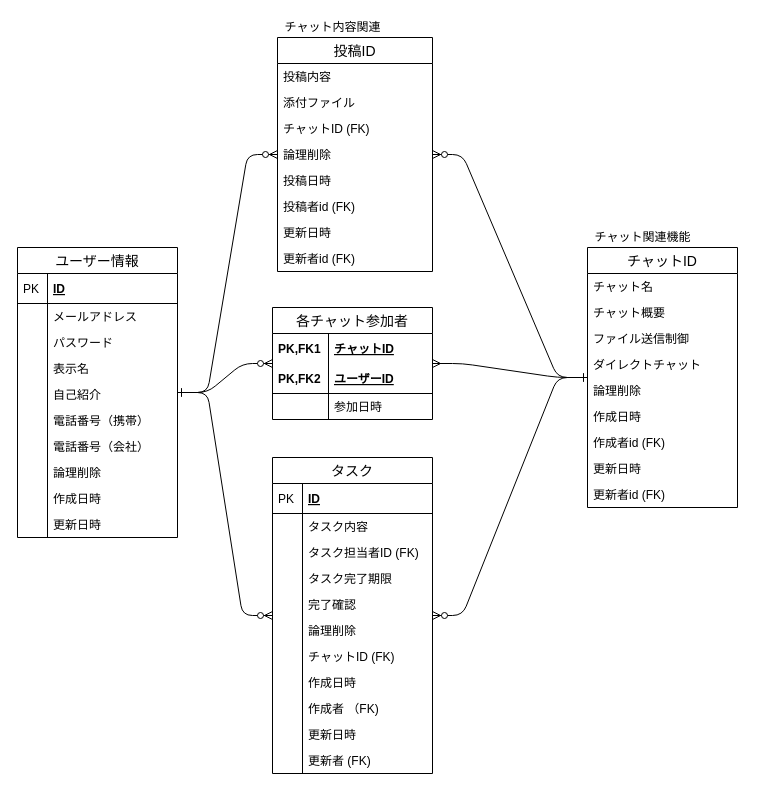
Odachannnn/quelcode-db keeps this draw.io diagram as db/db-challenge1/chatWork.dio. Above is the earlier version. Source tidied: cells renumbered, new cells numbered last; positions are measured from the earlier drawing's top-left corner, leaving out a move shared by most shapes. Both pictures are drawn from the tidied source at 100%, with x=0, y=0 at pixel (17, 17).
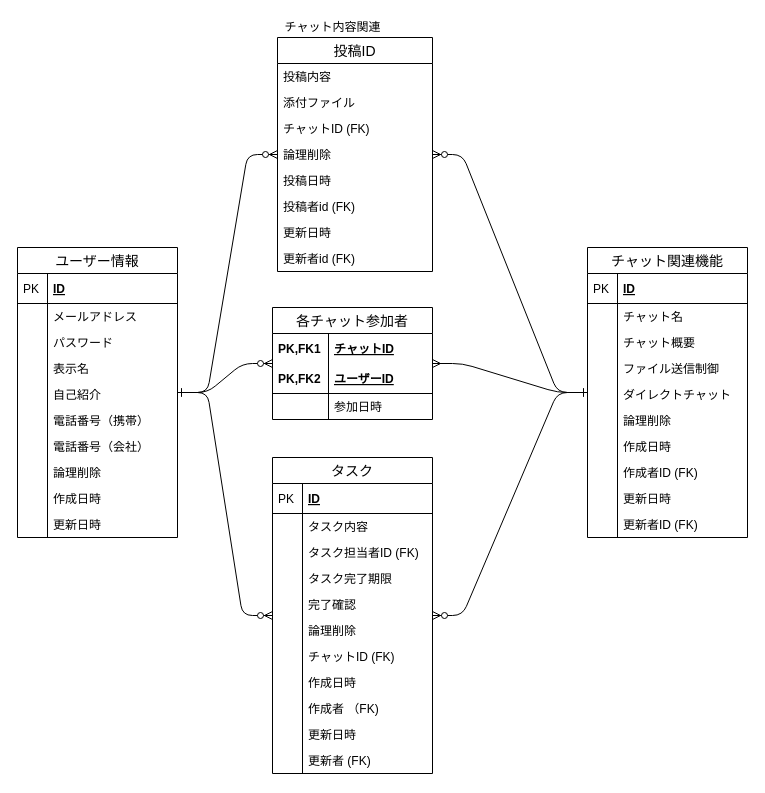
Above is the later version.

Commit message:
update チャット関連機能のテーブルの図式を修正

The change refers to these unchanged cells:
```xml
<mxCell id="9" value="投稿ID" style="swimlane;fontStyle=0;horizontal=1;startSize=26;align=center;fontSize=14;" parent="1" vertex="1">
  <mxGeometry x="260" y="20" width="155" height="234" as="geometry" />
</mxCell>
<mxCell id="29" value="各チャット参加者" style="swimlane;fontStyle=0;horizontal=1;startSize=26;align=center;fontSize=14;" parent="1" vertex="1">
  <mxGeometry x="255" y="290" width="160" height="112" as="geometry" />
</mxCell>
<mxCell id="36" value="タスク" style="swimlane;fontStyle=0;horizontal=1;startSize=26;align=center;fontSize=14;" parent="1" vertex="1">
  <mxGeometry x="255" y="440" width="160" height="316" as="geometry" />
</mxCell>
```

The edit, as a diff of the source:
```diff
@@
-    <mxCell id="2" value="チャット関連機能" style="text;html=1;align=center;verticalAlign=middle;points=[];fillColor=none;strokeColor=none;rounded=0;" parent="1" vertex="1">
-      <mxGeometry x="570" y="210" width="110" height="20" as="geometry" />
-    </mxCell>
@@
-    <mxCell id="5" style="edgeStyle=entityRelationEdgeStyle;fontSize=12;html=1;endArrow=ERone;startArrow=ERmany;endFill=0;startFill=0;" parent="1" edge="1" source="29" target="18">
+    <mxCell id="5" style="edgeStyle=entityRelationEdgeStyle;fontSize=12;html=1;endArrow=ERone;startArrow=ERmany;endFill=0;startFill=0;" parent="1" edge="1" source="29" target="2">
       <mxGeometry relative="1" as="geometry" />
     </mxCell>
-    <mxCell id="6" style="edgeStyle=entityRelationEdgeStyle;fontSize=12;html=1;endArrow=ERone;startArrow=ERzeroToMany;endFill=0;startFill=1;" parent="1" edge="1" source="36" target="18">
+    <mxCell id="6" style="edgeStyle=entityRelationEdgeStyle;fontSize=12;html=1;endArrow=ERone;startArrow=ERzeroToMany;endFill=0;startFill=1;" parent="1" edge="1" source="36" target="2">
       <mxGeometry relative="1" as="geometry" />
     </mxCell>
@@
-    <mxCell id="18" value="チャットID" style="swimlane;fontStyle=0;horizontal=1;startSize=26;align=center;fontSize=14;" parent="1" vertex="1">
-      <mxGeometry x="570" y="230" width="150" height="260" as="geometry" />
-    </mxCell>
-    <mxCell id="19" value="チャット名" style="text;strokeColor=none;fillColor=none;spacingLeft=4;spacingRight=4;overflow=hidden;fontSize=12;" parent="18" vertex="1">
-      <mxGeometry y="26" width="150" height="26" as="geometry" />
-    </mxCell>
-    <mxCell id="20" value="チャット概要" style="text;strokeColor=none;fillColor=none;spacingLeft=4;spacingRight=4;overflow=hidden;fontSize=12;" parent="18" vertex="1">
-      <mxGeometry y="52" width="150" height="26" as="geometry" />
-    </mxCell>
-    <mxCell id="21" value="ファイル送信制御" style="text;strokeColor=none;fillColor=none;spacingLeft=4;spacingRight=4;overflow=hidden;fontSize=12;" parent="18" vertex="1">
-      <mxGeometry y="78" width="150" height="26" as="geometry" />
-    </mxCell>
-    <mxCell id="22" value="ダイレクトチャット" style="text;strokeColor=none;fillColor=none;spacingLeft=4;spacingRight=4;overflow=hidden;fontSize=12;" parent="18" vertex="1">
-      <mxGeometry y="104" width="150" height="26" as="geometry" />
-    </mxCell>
-    <mxCell id="23" value="論理削除" style="text;strokeColor=none;fillColor=none;spacingLeft=4;spacingRight=4;overflow=hidden;fontSize=12;" parent="18" vertex="1">
-      <mxGeometry y="130" width="150" height="26" as="geometry" />
-    </mxCell>
-    <mxCell id="24" value="作成日時" style="text;strokeColor=none;fillColor=none;spacingLeft=4;spacingRight=4;overflow=hidden;fontSize=12;" parent="18" vertex="1">
-      <mxGeometry y="156" width="150" height="26" as="geometry" />
-    </mxCell>
-    <mxCell id="25" value="作成者id (FK)" style="text;strokeColor=none;fillColor=none;spacingLeft=4;spacingRight=4;overflow=hidden;fontSize=12;" parent="18" vertex="1">
-      <mxGeometry y="182" width="150" height="26" as="geometry" />
-    </mxCell>
-    <mxCell id="26" value="更新日時" style="text;strokeColor=none;fillColor=none;spacingLeft=4;spacingRight=4;overflow=hidden;fontSize=12;" parent="18" vertex="1">
-      <mxGeometry y="208" width="150" height="26" as="geometry" />
-    </mxCell>
-    <mxCell id="27" value="更新者id (FK)" style="text;strokeColor=none;fillColor=none;spacingLeft=4;spacingRight=4;overflow=hidden;fontSize=12;" parent="18" vertex="1">
-      <mxGeometry y="234" width="150" height="26" as="geometry" />
-    </mxCell>
-    <mxCell id="28" style="edgeStyle=entityRelationEdgeStyle;fontSize=12;html=1;endArrow=ERone;startArrow=ERzeroToMany;endFill=0;startFill=1;" parent="1" edge="1" source="9" target="18">
+    <mxCell id="28" style="edgeStyle=entityRelationEdgeStyle;fontSize=12;html=1;endArrow=ERone;startArrow=ERzeroToMany;endFill=0;startFill=1;" parent="1" edge="1" source="9" target="2">
       <mxGeometry relative="1" as="geometry" />
     </mxCell>
@@
+    <mxCell id="2" value="チャット関連機能" style="swimlane;fontStyle=0;horizontal=1;startSize=26;align=center;fontSize=14;" parent="1" vertex="1">
+      <mxGeometry x="570" y="230" width="160" height="290" as="geometry" />
+    </mxCell>
+    <mxCell id="80" value="ID" style="shape=partialRectangle;top=0;left=0;right=0;bottom=1;align=left;verticalAlign=middle;fillColor=none;spacingLeft=34;spacingRight=4;overflow=hidden;fontStyle=5;fontSize=12;" parent="2" vertex="1">
+      <mxGeometry y="26" width="160" height="30" as="geometry" />
+    </mxCell>
+    <mxCell id="81" value="PK" style="shape=partialRectangle;top=0;left=0;bottom=0;fillColor=none;align=left;verticalAlign=middle;spacingLeft=4;spacingRight=4;overflow=hidden;fontSize=12;" parent="80" vertex="1">
+      <mxGeometry width="30" height="30" as="geometry" />
+    </mxCell>
+    <mxCell id="19" value="チャット名" style="shape=partialRectangle;top=0;left=0;right=0;bottom=0;align=left;verticalAlign=top;fillColor=none;spacingLeft=34;spacingRight=4;overflow=hidden;fontSize=12;" parent="2" vertex="1">
+      <mxGeometry y="56" width="160" height="26" as="geometry" />
+    </mxCell>
+    <mxCell id="82" style="shape=partialRectangle;top=0;left=0;bottom=0;fillColor=none;align=left;verticalAlign=top;spacingLeft=4;spacingRight=4;overflow=hidden;fontSize=12;" parent="19" vertex="1">
+      <mxGeometry width="30" height="26" as="geometry" />
+    </mxCell>
+    <mxCell id="20" value="チャット概要" style="shape=partialRectangle;top=0;left=0;right=0;bottom=0;align=left;verticalAlign=top;fillColor=none;spacingLeft=34;spacingRight=4;overflow=hidden;fontSize=12;" parent="2" vertex="1">
+      <mxGeometry y="82" width="160" height="26" as="geometry" />
+    </mxCell>
+    <mxCell id="83" style="shape=partialRectangle;top=0;left=0;bottom=0;fillColor=none;align=left;verticalAlign=top;spacingLeft=4;spacingRight=4;overflow=hidden;fontSize=12;" parent="20" vertex="1">
+      <mxGeometry width="30" height="26" as="geometry" />
+    </mxCell>
+    <mxCell id="21" value="ファイル送信制御" style="shape=partialRectangle;top=0;left=0;right=0;bottom=0;align=left;verticalAlign=top;fillColor=none;spacingLeft=34;spacingRight=4;overflow=hidden;fontSize=12;" parent="2" vertex="1">
+      <mxGeometry y="108" width="160" height="26" as="geometry" />
+    </mxCell>
+    <mxCell id="84" style="shape=partialRectangle;top=0;left=0;bottom=0;fillColor=none;align=left;verticalAlign=top;spacingLeft=4;spacingRight=4;overflow=hidden;fontSize=12;" parent="21" vertex="1">
+      <mxGeometry width="30" height="26" as="geometry" />
+    </mxCell>
+    <mxCell id="22" value="ダイレクトチャット" style="shape=partialRectangle;top=0;left=0;right=0;bottom=0;align=left;verticalAlign=top;fillColor=none;spacingLeft=34;spacingRight=4;overflow=hidden;fontSize=12;" parent="2" vertex="1">
+      <mxGeometry y="134" width="160" height="26" as="geometry" />
+    </mxCell>
+    <mxCell id="85" style="shape=partialRectangle;top=0;left=0;bottom=0;fillColor=none;align=left;verticalAlign=top;spacingLeft=4;spacingRight=4;overflow=hidden;fontSize=12;" parent="22" vertex="1">
+      <mxGeometry width="30" height="26" as="geometry" />
+    </mxCell>
+    <mxCell id="23" value="論理削除" style="shape=partialRectangle;top=0;left=0;right=0;bottom=0;align=left;verticalAlign=top;fillColor=none;spacingLeft=34;spacingRight=4;overflow=hidden;fontSize=12;" parent="2" vertex="1">
+      <mxGeometry y="160" width="160" height="26" as="geometry" />
+    </mxCell>
+    <mxCell id="86" style="shape=partialRectangle;top=0;left=0;bottom=0;fillColor=none;align=left;verticalAlign=top;spacingLeft=4;spacingRight=4;overflow=hidden;fontSize=12;" parent="23" vertex="1">
+      <mxGeometry width="30" height="26" as="geometry" />
+    </mxCell>
+    <mxCell id="24" value="作成日時" style="shape=partialRectangle;top=0;left=0;right=0;bottom=0;align=left;verticalAlign=top;fillColor=none;spacingLeft=34;spacingRight=4;overflow=hidden;fontSize=12;" parent="2" vertex="1">
+      <mxGeometry y="186" width="160" height="26" as="geometry" />
+    </mxCell>
+    <mxCell id="87" style="shape=partialRectangle;top=0;left=0;bottom=0;fillColor=none;align=left;verticalAlign=top;spacingLeft=4;spacingRight=4;overflow=hidden;fontSize=12;" parent="24" vertex="1">
+      <mxGeometry width="30" height="26" as="geometry" />
+    </mxCell>
+    <mxCell id="88" value="作成者ID (FK)" style="shape=partialRectangle;top=0;left=0;right=0;bottom=0;align=left;verticalAlign=top;fillColor=none;spacingLeft=34;spacingRight=4;overflow=hidden;fontSize=12;" parent="2" vertex="1">
+      <mxGeometry y="212" width="160" height="26" as="geometry" />
+    </mxCell>
+    <mxCell id="89" style="shape=partialRectangle;top=0;left=0;bottom=0;fillColor=none;align=left;verticalAlign=top;spacingLeft=4;spacingRight=4;overflow=hidden;fontSize=12;" parent="88" vertex="1">
+      <mxGeometry width="30" height="26" as="geometry" />
+    </mxCell>
+    <mxCell id="26" value="更新日時" style="shape=partialRectangle;top=0;left=0;right=0;bottom=0;align=left;verticalAlign=top;fillColor=none;spacingLeft=34;spacingRight=4;overflow=hidden;fontSize=12;" parent="2" vertex="1">
+      <mxGeometry y="238" width="160" height="26" as="geometry" />
+    </mxCell>
+    <mxCell id="90" style="shape=partialRectangle;top=0;left=0;bottom=0;fillColor=none;align=left;verticalAlign=top;spacingLeft=4;spacingRight=4;overflow=hidden;fontSize=12;" parent="26" vertex="1">
+      <mxGeometry width="30" height="26" as="geometry" />
+    </mxCell>
+    <mxCell id="91" value="更新者ID (FK)" style="shape=partialRectangle;top=0;left=0;right=0;bottom=0;align=left;verticalAlign=top;fillColor=none;spacingLeft=34;spacingRight=4;overflow=hidden;fontSize=12;" parent="2" vertex="1">
+      <mxGeometry y="264" width="160" height="26" as="geometry" />
+    </mxCell>
+    <mxCell id="92" style="shape=partialRectangle;top=0;left=0;bottom=0;fillColor=none;align=left;verticalAlign=top;spacingLeft=4;spacingRight=4;overflow=hidden;fontSize=12;" parent="91" vertex="1">
+      <mxGeometry width="30" height="26" as="geometry" />
+    </mxCell>
```
